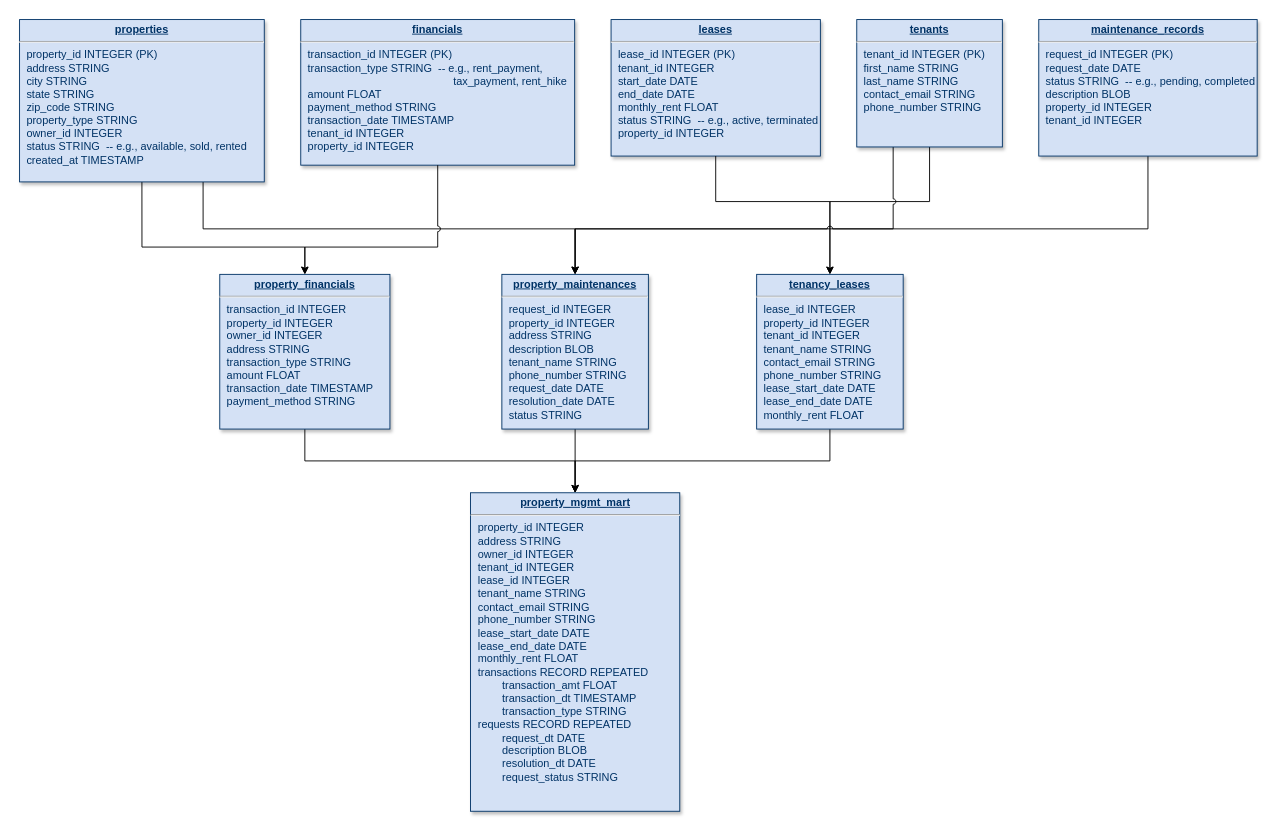
Before: PFP-Sample/PFP-Data-Model.drawio in harshaldharme/ProjectSpaces, a draw.io diagram. Source tidied: cells renumbered, new cells numbered last; positions are measured from the earlier drawing's top-left corner, leaving out a move shared by most shapes. Both pictures are drawn from the tidied source at 91%, with x=0, y=0 at pixel (19, 19).
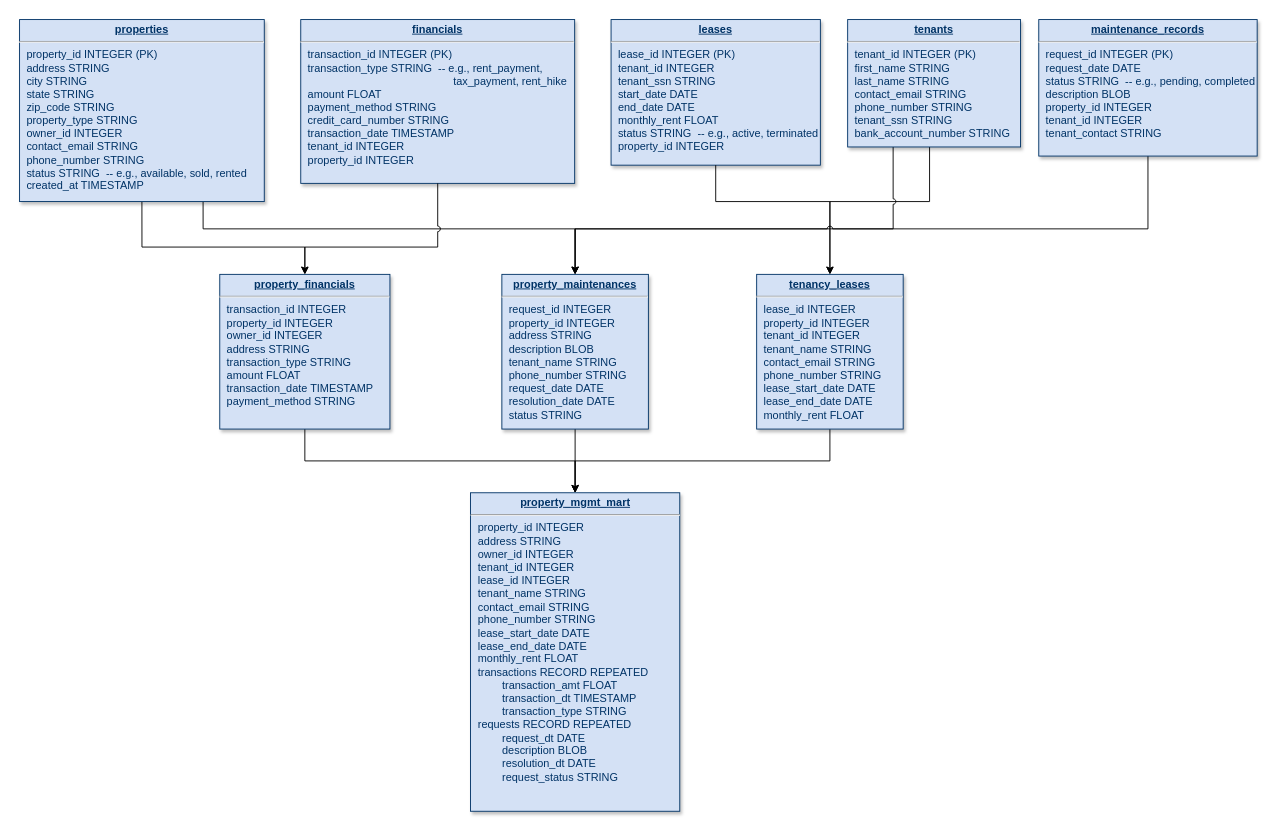
After the change.

Unchanged cells that the change refers to:
```xml
<mxCell id="16" value="&lt;p style=&quot;margin: 0px; margin-top: 4px; text-align: center; text-decoration: underline;&quot;&gt;&lt;b&gt;tenancy_leases&lt;/b&gt;&lt;/p&gt;&lt;hr&gt;&lt;p style=&quot;margin: 0px; margin-left: 8px;&quot;&gt;lease_id INTEGER&lt;/p&gt;&lt;p style=&quot;margin: 0px; margin-left: 8px;&quot;&gt;property_id INTEGER&lt;/p&gt;&lt;p style=&quot;margin: 0px; margin-left: 8px;&quot;&gt;tenant_id INTEGER&lt;/p&gt;&lt;p style=&quot;margin: 0px; margin-left: 8px;&quot;&gt;&lt;span style=&quot;background-color: initial;&quot;&gt;tenant_name STRING&lt;/span&gt;&lt;/p&gt;&lt;p style=&quot;margin: 0px; margin-left: 8px;&quot;&gt;contact_email STRING&lt;/p&gt;&lt;p style=&quot;margin: 0px; margin-left: 8px;&quot;&gt;phone_number STRING&lt;/p&gt;&lt;p style=&quot;margin: 0px; margin-left: 8px;&quot;&gt;lease_start_date DATE&lt;/p&gt;&lt;p style=&quot;margin: 0px; margin-left: 8px;&quot;&gt;lease_end_date DATE&lt;/p&gt;&lt;p style=&quot;margin: 0px; margin-left: 8px;&quot;&gt;monthly_rent FLOAT&lt;/p&gt;" style="verticalAlign=top;align=left;overflow=fill;fontSize=12;fontFamily=Helvetica;html=1;strokeColor=#003366;shadow=1;fillColor=#D4E1F5;fontColor=#003366;" parent="1" vertex="1">
  <mxGeometry x="810" y="280" width="161" height="170" as="geometry" />
</mxCell>
<mxCell id="19" value="&lt;p style=&quot;margin: 0px; margin-top: 4px; text-align: center; text-decoration: underline;&quot;&gt;&lt;b&gt;property_maintenances&lt;/b&gt;&lt;/p&gt;&lt;hr&gt;&lt;p style=&quot;margin: 0px; margin-left: 8px;&quot;&gt;request_id INTEGER&lt;/p&gt;&lt;p style=&quot;margin: 0px; margin-left: 8px;&quot;&gt;property_id INTEGER&lt;/p&gt;&lt;p style=&quot;margin: 0px; margin-left: 8px;&quot;&gt;address STRING&lt;/p&gt;&lt;p style=&quot;margin: 0px; margin-left: 8px;&quot;&gt;description BLOB&lt;/p&gt;&lt;p style=&quot;margin: 0px; margin-left: 8px;&quot;&gt;tenant_name STRING&lt;/p&gt;&lt;p style=&quot;margin: 0px; margin-left: 8px;&quot;&gt;phone_number STRING&lt;/p&gt;&lt;p style=&quot;margin: 0px; margin-left: 8px;&quot;&gt;request_date DATE&lt;/p&gt;&lt;p style=&quot;margin: 0px; margin-left: 8px;&quot;&gt;&lt;span style=&quot;background-color: initial;&quot;&gt;resolution_date DATE&lt;/span&gt;&lt;/p&gt;&lt;p style=&quot;margin: 0px; margin-left: 8px;&quot;&gt;status STRING&lt;/p&gt;&lt;p style=&quot;margin: 0px; margin-left: 8px;&quot;&gt;&lt;br&gt;&lt;/p&gt;" style="verticalAlign=top;align=left;overflow=fill;fontSize=12;fontFamily=Helvetica;html=1;strokeColor=#003366;shadow=1;fillColor=#D4E1F5;fontColor=#003366;" parent="1" vertex="1">
  <mxGeometry x="530" y="280" width="161" height="170" as="geometry" />
</mxCell>
```

What changed in the source:
```diff
@@
-    <mxCell id="4" value="&lt;p style=&quot;margin: 0px; margin-top: 4px; text-align: center; text-decoration: underline;&quot;&gt;&lt;b&gt;properties&lt;/b&gt;&lt;/p&gt;&lt;hr&gt;&lt;p style=&quot;margin: 0px; margin-left: 8px;&quot;&gt;property_id INTEGER (PK)&lt;/p&gt;&lt;p style=&quot;margin: 0px; margin-left: 8px;&quot;&gt;address STRING&lt;/p&gt;&lt;p style=&quot;margin: 0px; margin-left: 8px;&quot;&gt;city STRING&lt;/p&gt;&lt;p style=&quot;margin: 0px; margin-left: 8px;&quot;&gt;state STRING&lt;/p&gt;&lt;p style=&quot;margin: 0px; margin-left: 8px;&quot;&gt;zip_code STRING&lt;/p&gt;&lt;p style=&quot;margin: 0px; margin-left: 8px;&quot;&gt;property_type STRING&lt;/p&gt;&lt;p style=&quot;margin: 0px; margin-left: 8px;&quot;&gt;owner_id INTEGER&lt;/p&gt;&lt;p style=&quot;margin: 0px; margin-left: 8px;&quot;&gt;status STRING&amp;nbsp; -- e.g., available, sold, rented&lt;/p&gt;&lt;p style=&quot;margin: 0px; margin-left: 8px;&quot;&gt;created_at TIMESTAMP&lt;/p&gt;" style="verticalAlign=top;align=left;overflow=fill;fontSize=12;fontFamily=Helvetica;html=1;strokeColor=#003366;shadow=1;fillColor=#D4E1F5;fontColor=#003366;" parent="1" vertex="1">
-      <mxGeometry width="268.9" height="178.4" as="geometry" />
+    <mxCell id="4" value="&lt;p style=&quot;margin: 0px; margin-top: 4px; text-align: center; text-decoration: underline;&quot;&gt;&lt;b&gt;properties&lt;/b&gt;&lt;/p&gt;&lt;hr&gt;&lt;p style=&quot;margin: 0px; margin-left: 8px;&quot;&gt;property_id INTEGER (PK)&lt;/p&gt;&lt;p style=&quot;margin: 0px; margin-left: 8px;&quot;&gt;address STRING&lt;/p&gt;&lt;p style=&quot;margin: 0px; margin-left: 8px;&quot;&gt;city STRING&lt;/p&gt;&lt;p style=&quot;margin: 0px; margin-left: 8px;&quot;&gt;state STRING&lt;/p&gt;&lt;p style=&quot;margin: 0px; margin-left: 8px;&quot;&gt;zip_code STRING&lt;/p&gt;&lt;p style=&quot;margin: 0px; margin-left: 8px;&quot;&gt;property_type STRING&lt;/p&gt;&lt;p style=&quot;margin: 0px; margin-left: 8px;&quot;&gt;owner_id INTEGER&lt;/p&gt;&lt;p style=&quot;margin: 0px; margin-left: 8px;&quot;&gt;contact_email STRING&lt;/p&gt;&lt;p style=&quot;margin: 0px; margin-left: 8px;&quot;&gt;phone_number STRING&lt;/p&gt;&lt;p style=&quot;margin: 0px; margin-left: 8px;&quot;&gt;status STRING&amp;nbsp; -- e.g., available, sold, rented&lt;/p&gt;&lt;p style=&quot;margin: 0px; margin-left: 8px;&quot;&gt;created_at TIMESTAMP&lt;/p&gt;" style="verticalAlign=top;align=left;overflow=fill;fontSize=12;fontFamily=Helvetica;html=1;strokeColor=#003366;shadow=1;fillColor=#D4E1F5;fontColor=#003366;" parent="1" vertex="1">
+      <mxGeometry width="268.9" height="200" as="geometry" />
     </mxCell>
-    <mxCell id="5" style="edgeStyle=orthogonalEdgeStyle;rounded=0;jettySize=auto;html=1;exitX=0.5;exitY=1;exitDx=0;exitDy=0;entryX=0.5;entryY=0;entryDx=0;entryDy=0;" parent="1" edge="1" source="7" target="16">
+    <mxCell id="5" style="edgeStyle=orthogonalEdgeStyle;rounded=0;jettySize=auto;html=1;entryX=0.5;entryY=0;entryDx=0;entryDy=0;" parent="1" edge="1" target="16">
       <mxGeometry relative="1" as="geometry">
+        <mxPoint x="1000" y="140" as="sourcePoint" />
         <Array as="points">
           <mxPoint x="1000" y="200" />
           <mxPoint x="891" y="200" />
         </Array>
       </mxGeometry>
     </mxCell>
-    <mxCell id="6" style="edgeStyle=orthogonalEdgeStyle;rounded=0;jettySize=auto;html=1;exitX=0.25;exitY=1;exitDx=0;exitDy=0;entryX=0.5;entryY=0;entryDx=0;entryDy=0;jumpStyle=arc;" parent="1" edge="1" source="7" target="19">
+    <mxCell id="6" style="edgeStyle=orthogonalEdgeStyle;rounded=0;jettySize=auto;html=1;exitX=0.263;exitY=1;exitDx=0;exitDy=0;entryX=0.5;entryY=0;entryDx=0;entryDy=0;jumpStyle=arc;exitPerimeter=0;" parent="1" edge="1" source="7" target="19">
       <mxGeometry relative="1" as="geometry">
         <Array as="points">
           <mxPoint x="960" y="230" />
-          <mxPoint x="611" y="230" />
+          <mxPoint x="610" y="230" />
         </Array>
       </mxGeometry>
     </mxCell>
-    <mxCell id="7" value="&lt;p style=&quot;margin: 0px; margin-top: 4px; text-align: center; text-decoration: underline;&quot;&gt;&lt;strong&gt;tenants&lt;/strong&gt;&lt;/p&gt;&lt;hr&gt;&lt;p style=&quot;margin: 0px; margin-left: 8px;&quot;&gt;tenant_id INTEGER (PK)&lt;/p&gt;&lt;p style=&quot;margin: 0px; margin-left: 8px;&quot;&gt;first_name STRING&lt;/p&gt;&lt;p style=&quot;margin: 0px; margin-left: 8px;&quot;&gt;last_name STRING&lt;/p&gt;&lt;p style=&quot;margin: 0px; margin-left: 8px;&quot;&gt;contact_email STRING&lt;/p&gt;&lt;p style=&quot;margin: 0px; margin-left: 8px;&quot;&gt;phone_number STRING&lt;/p&gt;" style="verticalAlign=top;align=left;overflow=fill;fontSize=12;fontFamily=Helvetica;html=1;strokeColor=#003366;shadow=1;fillColor=#D4E1F5;fontColor=#003366;" parent="1" vertex="1">
-      <mxGeometry x="920" width="160" height="140" as="geometry" />
+    <mxCell id="7" value="&lt;p style=&quot;margin: 0px; margin-top: 4px; text-align: center; text-decoration: underline;&quot;&gt;&lt;strong&gt;tenants&lt;/strong&gt;&lt;/p&gt;&lt;hr&gt;&lt;p style=&quot;margin: 0px; margin-left: 8px;&quot;&gt;tenant_id INTEGER (PK)&lt;/p&gt;&lt;p style=&quot;margin: 0px; margin-left: 8px;&quot;&gt;first_name STRING&lt;/p&gt;&lt;p style=&quot;margin: 0px; margin-left: 8px;&quot;&gt;last_name STRING&lt;/p&gt;&lt;p style=&quot;margin: 0px; margin-left: 8px;&quot;&gt;contact_email STRING&lt;/p&gt;&lt;p style=&quot;margin: 0px; margin-left: 8px;&quot;&gt;phone_number STRING&lt;/p&gt;&lt;p style=&quot;margin: 0px; margin-left: 8px;&quot;&gt;tenant_ssn STRING&lt;/p&gt;&lt;p style=&quot;margin: 0px; margin-left: 8px;&quot;&gt;bank_account_number STRING&lt;/p&gt;" style="verticalAlign=top;align=left;overflow=fill;fontSize=12;fontFamily=Helvetica;html=1;strokeColor=#003366;shadow=1;fillColor=#D4E1F5;fontColor=#003366;" parent="1" vertex="1">
+      <mxGeometry x="910" width="190" height="140" as="geometry" />
     </mxCell>
-    <mxCell id="8" value="&lt;p style=&quot;margin: 0px; margin-top: 4px; text-align: center; text-decoration: underline;&quot;&gt;&lt;b&gt;leases&lt;/b&gt;&lt;/p&gt;&lt;hr&gt;&lt;p style=&quot;margin: 0px; margin-left: 8px;&quot;&gt;lease_id INTEGER (PK)&lt;/p&gt;&lt;p style=&quot;margin: 0px; margin-left: 8px;&quot;&gt;&lt;span style=&quot;background-color: initial;&quot;&gt;tenant_id INTEGER&lt;/span&gt;&lt;/p&gt;&lt;p style=&quot;margin: 0px; margin-left: 8px;&quot;&gt;start_date DATE&lt;/p&gt;&lt;p style=&quot;margin: 0px; margin-left: 8px;&quot;&gt;end_date DATE&lt;/p&gt;&lt;p style=&quot;margin: 0px; margin-left: 8px;&quot;&gt;monthly_rent FLOAT&lt;/p&gt;&lt;p style=&quot;margin: 0px; margin-left: 8px;&quot;&gt;status STRING&amp;nbsp; -- e.g., active, terminated&lt;/p&gt;&lt;p style=&quot;margin: 0px 0px 0px 8px;&quot;&gt;property_id INTEGER&lt;/p&gt;&lt;div&gt;&lt;br&gt;&lt;/div&gt;" style="verticalAlign=top;align=left;overflow=fill;fontSize=12;fontFamily=Helvetica;html=1;strokeColor=#003366;shadow=1;fillColor=#D4E1F5;fontColor=#003366;" parent="1" vertex="1">
-      <mxGeometry x="650" width="230" height="150" as="geometry" />
+    <mxCell id="8" value="&lt;p style=&quot;margin: 0px; margin-top: 4px; text-align: center; text-decoration: underline;&quot;&gt;&lt;b&gt;leases&lt;/b&gt;&lt;/p&gt;&lt;hr&gt;&lt;p style=&quot;margin: 0px; margin-left: 8px;&quot;&gt;lease_id INTEGER (PK)&lt;/p&gt;&lt;p style=&quot;margin: 0px; margin-left: 8px;&quot;&gt;&lt;span style=&quot;background-color: initial;&quot;&gt;tenant_id INTEGER&lt;/span&gt;&lt;/p&gt;&lt;p style=&quot;margin: 0px; margin-left: 8px;&quot;&gt;&lt;span style=&quot;background-color: initial;&quot;&gt;tenant_ssn STRING&lt;/span&gt;&lt;/p&gt;&lt;p style=&quot;margin: 0px; margin-left: 8px;&quot;&gt;start_date DATE&lt;/p&gt;&lt;p style=&quot;margin: 0px; margin-left: 8px;&quot;&gt;end_date DATE&lt;/p&gt;&lt;p style=&quot;margin: 0px; margin-left: 8px;&quot;&gt;monthly_rent FLOAT&lt;/p&gt;&lt;p style=&quot;margin: 0px; margin-left: 8px;&quot;&gt;status STRING&amp;nbsp; -- e.g., active, terminated&lt;/p&gt;&lt;p style=&quot;margin: 0px 0px 0px 8px;&quot;&gt;property_id INTEGER&lt;/p&gt;&lt;div&gt;&lt;br&gt;&lt;/div&gt;" style="verticalAlign=top;align=left;overflow=fill;fontSize=12;fontFamily=Helvetica;html=1;strokeColor=#003366;shadow=1;fillColor=#D4E1F5;fontColor=#003366;" parent="1" vertex="1">
+      <mxGeometry x="650" width="230" height="160" as="geometry" />
     </mxCell>
-    <mxCell id="9" value="&lt;p style=&quot;margin: 0px; margin-top: 4px; text-align: center; text-decoration: underline;&quot;&gt;&lt;b&gt;financials&lt;/b&gt;&lt;/p&gt;&lt;hr&gt;&lt;p style=&quot;margin: 0px; margin-left: 8px;&quot;&gt;transaction_id INTEGER (PK)&lt;/p&gt;&lt;p style=&quot;margin: 0px; margin-left: 8px;&quot;&gt;transaction_type STRING&amp;nbsp; -- e.g., rent_payment,&amp;nbsp;&lt;/p&gt;&lt;p style=&quot;margin: 0px; margin-left: 8px;&quot;&gt;&lt;span style=&quot;white-space: pre;&quot;&gt;&#9;&lt;/span&gt;&lt;span style=&quot;white-space: pre;&quot;&gt;&#9;&lt;/span&gt;&lt;span style=&quot;white-space: pre;&quot;&gt;&#9;&lt;/span&gt;&lt;span style=&quot;white-space: pre;&quot;&gt;&#9;&lt;/span&gt;&lt;span style=&quot;white-space: pre;&quot;&gt;&#9;&lt;span style=&quot;white-space: pre;&quot;&gt;&#9;&lt;/span&gt;&lt;/span&gt;tax_payment, rent_hike&lt;/p&gt;&lt;p style=&quot;margin: 0px; margin-left: 8px;&quot;&gt;amount FLOAT&lt;/p&gt;&lt;p style=&quot;margin: 0px; margin-left: 8px;&quot;&gt;payment_method STRING&lt;/p&gt;&lt;p style=&quot;margin: 0px; margin-left: 8px;&quot;&gt;transaction_date TIMESTAMP&lt;/p&gt;&lt;p style=&quot;margin: 0px; margin-left: 8px;&quot;&gt;tenant_id INTEGER&lt;/p&gt;&lt;p style=&quot;margin: 0px; margin-left: 8px;&quot;&gt;property_id INTEGER&lt;/p&gt;&lt;div&gt;&lt;br&gt;&lt;/div&gt;" style="verticalAlign=top;align=left;overflow=fill;fontSize=12;fontFamily=Helvetica;html=1;strokeColor=#003366;shadow=1;fillColor=#D4E1F5;fontColor=#003366;" parent="1" vertex="1">
-      <mxGeometry x="309" width="301" height="160" as="geometry" />
+    <mxCell id="9" value="&lt;p style=&quot;margin: 0px; margin-top: 4px; text-align: center; text-decoration: underline;&quot;&gt;&lt;b&gt;financials&lt;/b&gt;&lt;/p&gt;&lt;hr&gt;&lt;p style=&quot;margin: 0px; margin-left: 8px;&quot;&gt;transaction_id INTEGER (PK)&lt;/p&gt;&lt;p style=&quot;margin: 0px; margin-left: 8px;&quot;&gt;transaction_type STRING&amp;nbsp; -- e.g., rent_payment,&amp;nbsp;&lt;/p&gt;&lt;p style=&quot;margin: 0px; margin-left: 8px;&quot;&gt;&lt;span style=&quot;white-space: pre;&quot;&gt;&#9;&lt;/span&gt;&lt;span style=&quot;white-space: pre;&quot;&gt;&#9;&lt;/span&gt;&lt;span style=&quot;white-space: pre;&quot;&gt;&#9;&lt;/span&gt;&lt;span style=&quot;white-space: pre;&quot;&gt;&#9;&lt;/span&gt;&lt;span style=&quot;white-space: pre;&quot;&gt;&#9;&lt;span style=&quot;white-space: pre;&quot;&gt;&#9;&lt;/span&gt;&lt;/span&gt;tax_payment, rent_hike&lt;/p&gt;&lt;p style=&quot;margin: 0px; margin-left: 8px;&quot;&gt;amount FLOAT&lt;/p&gt;&lt;p style=&quot;margin: 0px; margin-left: 8px;&quot;&gt;payment_method STRING&lt;/p&gt;&lt;p style=&quot;margin: 0px; margin-left: 8px;&quot;&gt;credit_card_number STRING&lt;/p&gt;&lt;p style=&quot;margin: 0px; margin-left: 8px;&quot;&gt;transaction_date TIMESTAMP&lt;/p&gt;&lt;p style=&quot;margin: 0px; margin-left: 8px;&quot;&gt;tenant_id INTEGER&lt;/p&gt;&lt;p style=&quot;margin: 0px; margin-left: 8px;&quot;&gt;property_id INTEGER&lt;/p&gt;&lt;div&gt;&lt;br&gt;&lt;/div&gt;" style="verticalAlign=top;align=left;overflow=fill;fontSize=12;fontFamily=Helvetica;html=1;strokeColor=#003366;shadow=1;fillColor=#D4E1F5;fontColor=#003366;" parent="1" vertex="1">
+      <mxGeometry x="309" width="301" height="180" as="geometry" />
     </mxCell>
@@
-    <mxCell id="11" value="&lt;p style=&quot;margin: 0px; margin-top: 4px; text-align: center; text-decoration: underline;&quot;&gt;&lt;strong&gt;maintenance_records&lt;/strong&gt;&lt;/p&gt;&lt;hr&gt;&lt;p style=&quot;margin: 0px; margin-left: 8px;&quot;&gt;request_id INTEGER (PK)&lt;/p&gt;&lt;p style=&quot;margin: 0px; margin-left: 8px;&quot;&gt;request_date DATE&lt;/p&gt;&lt;p style=&quot;margin: 0px; margin-left: 8px;&quot;&gt;status STRING&amp;nbsp; -- e.g., pending, completed&lt;/p&gt;&lt;p style=&quot;margin: 0px; margin-left: 8px;&quot;&gt;description BLOB&lt;/p&gt;&lt;p style=&quot;margin: 0px; margin-left: 8px;&quot;&gt;property_id INTEGER&lt;/p&gt;&lt;p style=&quot;margin: 0px; margin-left: 8px;&quot;&gt;tenant_id INTEGER&lt;/p&gt;" style="verticalAlign=top;align=left;overflow=fill;fontSize=12;fontFamily=Helvetica;html=1;strokeColor=#003366;shadow=1;fillColor=#D4E1F5;fontColor=#003366;" parent="1" vertex="1">
+    <mxCell id="11" value="&lt;p style=&quot;margin: 0px; margin-top: 4px; text-align: center; text-decoration: underline;&quot;&gt;&lt;strong&gt;maintenance_records&lt;/strong&gt;&lt;/p&gt;&lt;hr&gt;&lt;p style=&quot;margin: 0px; margin-left: 8px;&quot;&gt;request_id INTEGER (PK)&lt;/p&gt;&lt;p style=&quot;margin: 0px; margin-left: 8px;&quot;&gt;request_date DATE&lt;/p&gt;&lt;p style=&quot;margin: 0px; margin-left: 8px;&quot;&gt;status STRING&amp;nbsp; -- e.g., pending, completed&lt;/p&gt;&lt;p style=&quot;margin: 0px; margin-left: 8px;&quot;&gt;description BLOB&lt;/p&gt;&lt;p style=&quot;margin: 0px; margin-left: 8px;&quot;&gt;property_id INTEGER&lt;/p&gt;&lt;p style=&quot;margin: 0px; margin-left: 8px;&quot;&gt;tenant_id INTEGER&lt;/p&gt;&lt;p style=&quot;margin: 0px; margin-left: 8px;&quot;&gt;tenant_contact STRING&lt;/p&gt;" style="verticalAlign=top;align=left;overflow=fill;fontSize=12;fontFamily=Helvetica;html=1;strokeColor=#003366;shadow=1;fillColor=#D4E1F5;fontColor=#003366;" parent="1" vertex="1">
       <mxGeometry x="1120" width="240" height="150" as="geometry" />
     </mxCell>
```
